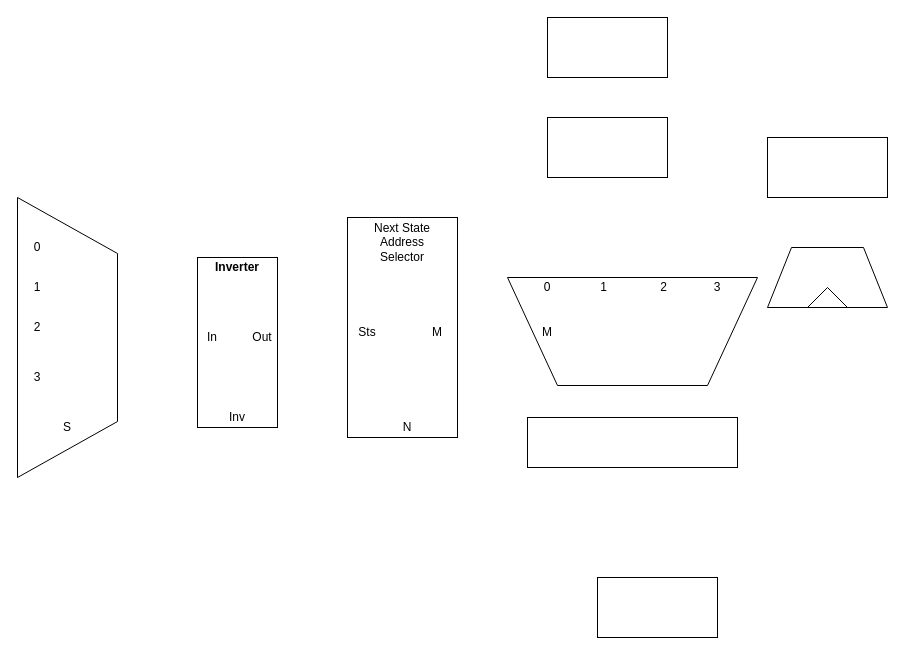
The draw.io diagram Untitled Diagram.drawio in TheParodicts/MIPS_CPU_Diagram, before the edit. Source tidied: cells renumbered, new cells numbered last; positions are measured from the earlier drawing's top-left corner, leaving out a move shared by most shapes. Both pictures are drawn from the tidied source at 100%, with x=0, y=0 at pixel (17, 17).
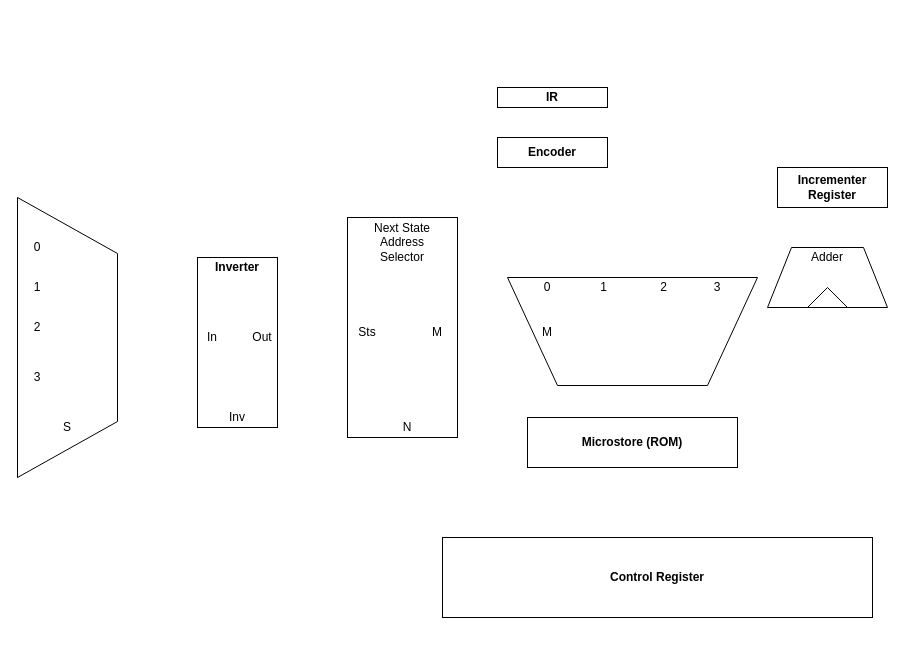
After the change.

What changed in the source:
```diff
@@
-    <mxCell id="5" style="rounded=0;whiteSpace=wrap;html=1;" parent="1" vertex="1">
-      <mxGeometry x="530" y="100" width="120" height="60" as="geometry" />
+    <mxCell id="5" value="&lt;b&gt;Encoder&lt;/b&gt;" style="rounded=0;whiteSpace=wrap;html=1;" parent="1" vertex="1">
+      <mxGeometry x="480" y="120" width="110" height="30" as="geometry" />
     </mxCell>
-    <mxCell id="6" style="rounded=0;whiteSpace=wrap;html=1;" parent="1" vertex="1">
-      <mxGeometry x="530" width="120" height="60" as="geometry" />
+    <mxCell id="6" value="&lt;b&gt;IR&lt;/b&gt;" style="rounded=0;whiteSpace=wrap;html=1;" parent="1" vertex="1">
+      <mxGeometry x="480" y="70" width="110" height="20" as="geometry" />
     </mxCell>
@@
-    <mxCell id="8" style="rounded=0;whiteSpace=wrap;html=1;" parent="1" vertex="1">
+    <mxCell id="8" value="&lt;b&gt;Microstore (ROM)&lt;/b&gt;" style="rounded=0;whiteSpace=wrap;html=1;" parent="1" vertex="1">
       <mxGeometry x="510" y="400" width="210" height="50" as="geometry" />
     </mxCell>
-    <mxCell id="9" style="rounded=0;whiteSpace=wrap;html=1;" parent="1" vertex="1">
-      <mxGeometry x="580" y="560" width="120" height="60" as="geometry" />
+    <mxCell id="9" value="&lt;b&gt;Control Register&lt;/b&gt;" style="rounded=0;whiteSpace=wrap;html=1;" parent="1" vertex="1">
+      <mxGeometry x="425" y="520" width="430" height="80" as="geometry" />
     </mxCell>
-    <mxCell id="10" style="rounded=0;whiteSpace=wrap;html=1;" parent="1" vertex="1">
-      <mxGeometry x="750" y="120" width="120" height="60" as="geometry" />
+    <mxCell id="10" value="&lt;b&gt;Incrementer Register&lt;/b&gt;" style="rounded=0;whiteSpace=wrap;html=1;" parent="1" vertex="1">
+      <mxGeometry x="760" y="150" width="110" height="40" as="geometry" />
     </mxCell>
@@
+    <mxCell id="28" value="Adder" style="text;html=1;strokeColor=none;fillColor=none;align=center;verticalAlign=middle;whiteSpace=wrap;rounded=0;" parent="1" vertex="1">
+      <mxGeometry x="790" y="230" width="40" height="20" as="geometry" />
+    </mxCell>
```
